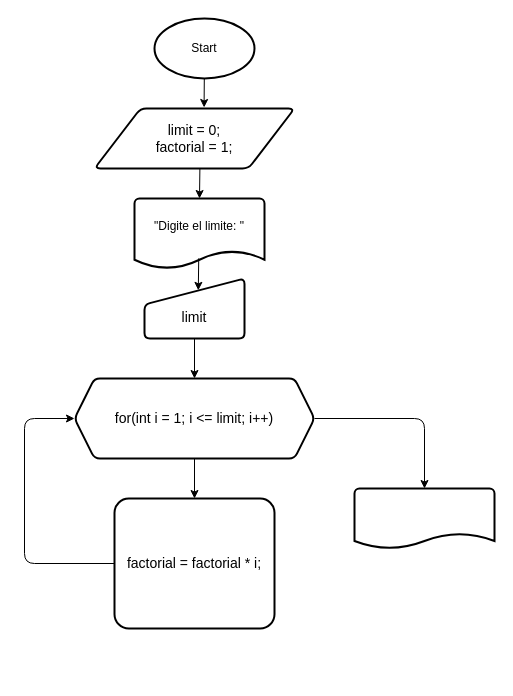
Before: FactorialDeUnNumero.drawio in AnthonyLozadaAlexander/DiagramaDeFlujos, a draw.io diagram. Source tidied: cells renumbered, new cells numbered last; positions are measured from the earlier drawing's top-left corner, leaving out a move shared by most shapes. Both pictures are drawn from the tidied source at 100%, with x=0, y=0 at pixel (24, 18).
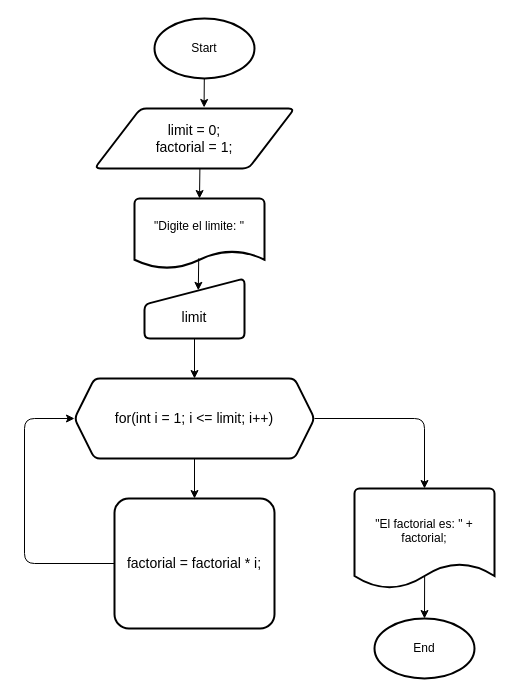
The same diagram, later.

Commit message:
Actualizar diagrama de flujo para mostrar el resultado del factorial y agregar un nodo de finalización.

Diff of the diagram source:
```diff
@@
-    <mxCell id="15" style="strokeWidth=2;html=1;shape=mxgraph.flowchart.document2;whiteSpace=wrap;size=0.25;" parent="1" vertex="1">
-      <mxGeometry x="330" y="470" width="140" height="60" as="geometry" />
+    <mxCell id="15" value="&quot;El factorial es: &quot; + factorial;&lt;div&gt;&lt;br&gt;&lt;/div&gt;" style="strokeWidth=2;html=1;shape=mxgraph.flowchart.document2;whiteSpace=wrap;size=0.25;" parent="1" vertex="1">
+      <mxGeometry x="330" y="470" width="140" height="100" as="geometry" />
     </mxCell>
+    <mxCell id="16" value="End" style="strokeWidth=2;html=1;shape=mxgraph.flowchart.start_1;whiteSpace=wrap;" parent="1" vertex="1">
+      <mxGeometry x="350" y="600" width="100" height="60" as="geometry" />
+    </mxCell>
+    <mxCell id="17" style="edgeStyle=none;html=1;entryX=0.5;entryY=0;entryDx=0;entryDy=0;entryPerimeter=0;exitX=0.501;exitY=0.875;exitDx=0;exitDy=0;exitPerimeter=0;" parent="1" edge="1" source="15" target="16">
+      <mxGeometry relative="1" as="geometry" />
+    </mxCell>
```
